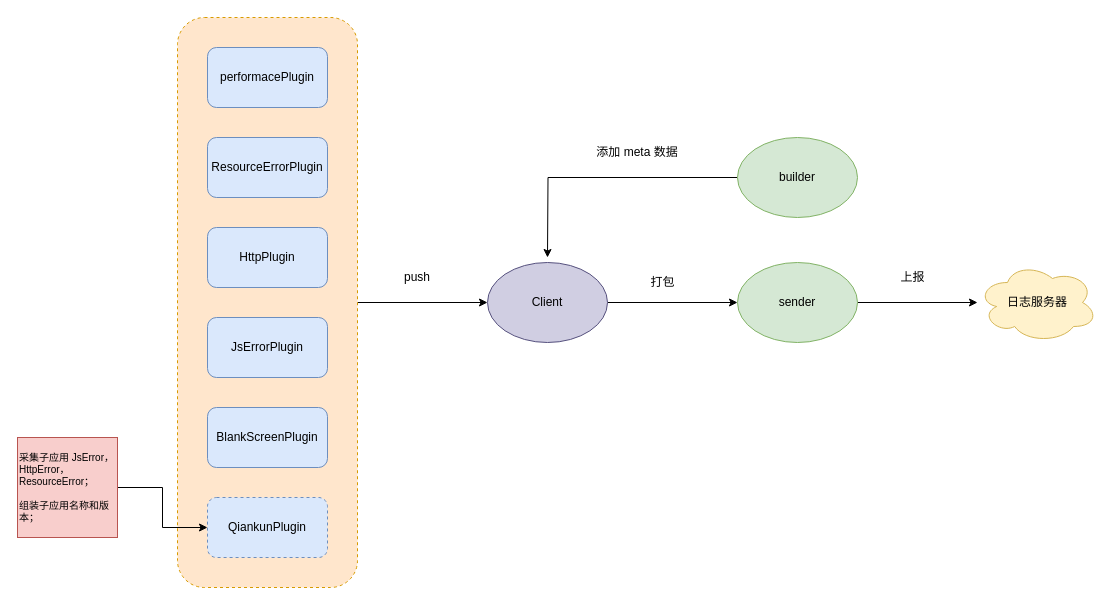
The draw.io diagram apm-insight 兼容 qiankun.drawio in itellboy/itellboy, before the edit. Source tidied: cells renumbered, new cells numbered last; positions are measured from the earlier drawing's top-left corner, leaving out a move shared by most shapes. Both pictures are drawn from the tidied source at 100%, with x=0, y=0 at pixel (17, 17).
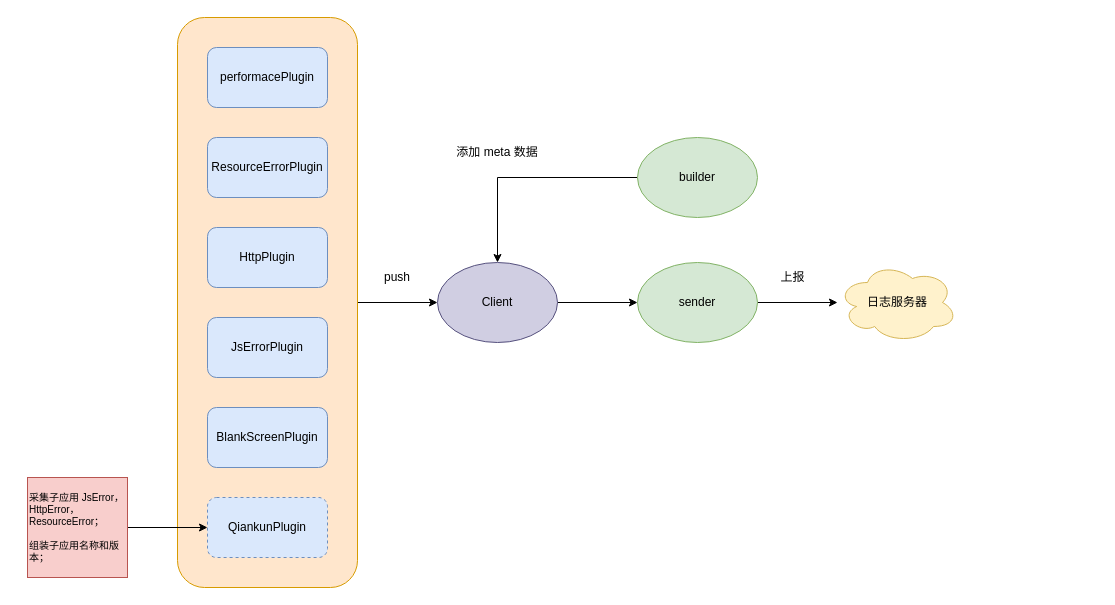
The same page after the edit.

Change to the diagram source:
```diff
@@
-    <mxCell id="3" style="rounded=1;whiteSpace=wrap;html=1;dashed=1;fillColor=#ffe6cc;strokeColor=#d79b00;" parent="1" vertex="1">
+    <mxCell id="3" style="rounded=1;whiteSpace=wrap;html=1;fillColor=#ffe6cc;strokeColor=#d79b00;" parent="1" vertex="1">
       <mxGeometry x="160" width="180" height="570" as="geometry" />
     </mxCell>
@@
     <mxCell id="10" value="Client" style="ellipse;whiteSpace=wrap;html=1;fillColor=#d0cee2;strokeColor=#56517e;" parent="1" vertex="1">
-      <mxGeometry x="470" y="245" width="120" height="80" as="geometry" />
+      <mxGeometry x="420" y="245" width="120" height="80" as="geometry" />
     </mxCell>
     <mxCell id="11" value="push" style="text;html=1;strokeColor=none;fillColor=none;align=center;verticalAlign=middle;whiteSpace=wrap;rounded=0;" parent="1" vertex="1">
-      <mxGeometry x="370" y="245" width="60" height="30" as="geometry" />
+      <mxGeometry x="350" y="245" width="60" height="30" as="geometry" />
     </mxCell>
@@
     <mxCell id="13" value="&lt;div style=&quot;font-size: 10px;&quot;&gt;&lt;span style=&quot;background-color: initial; font-size: 10px;&quot;&gt;采集子应用 JsError，HttpError，ResourceError；&lt;/span&gt;&lt;/div&gt;&lt;div style=&quot;font-size: 10px;&quot;&gt;&lt;span style=&quot;background-color: initial; font-size: 10px;&quot;&gt;&lt;br style=&quot;font-size: 10px;&quot;&gt;&lt;/span&gt;&lt;/div&gt;&lt;div style=&quot;font-size: 10px;&quot;&gt;组装子应用名称和版本；&lt;/div&gt;" style="whiteSpace=wrap;html=1;fillColor=#f8cecc;strokeColor=#b85450;align=left;fontSize=10;" parent="1" vertex="1">
-      <mxGeometry y="420" width="100" height="100" as="geometry" />
+      <mxGeometry x="10" y="460" width="100" height="100" as="geometry" />
     </mxCell>
@@
     <mxCell id="16" value="sender" style="ellipse;whiteSpace=wrap;html=1;fillColor=#d5e8d4;strokeColor=#82b366;" parent="1" vertex="1">
-      <mxGeometry x="720" y="245" width="120" height="80" as="geometry" />
+      <mxGeometry x="620" y="245" width="120" height="80" as="geometry" />
     </mxCell>
-    <mxCell id="17" style="edgeStyle=orthogonalEdgeStyle;rounded=0;jettySize=auto;html=1;" parent="1" edge="1" source="18">
-      <mxGeometry relative="1" as="geometry">
-        <mxPoint x="530" y="240" as="targetPoint" />
-      </mxGeometry>
-    </mxCell>
+    <mxCell id="23" style="edgeStyle=orthogonalEdgeStyle;rounded=0;jettySize=auto;html=1;entryX=0.5;entryY=0;entryDx=0;entryDy=0;" parent="1" edge="1" source="18" target="10">
+      <mxGeometry relative="1" as="geometry" />
+    </mxCell>
     <mxCell id="18" value="builder" style="ellipse;whiteSpace=wrap;html=1;fillColor=#d5e8d4;strokeColor=#82b366;" parent="1" vertex="1">
-      <mxGeometry x="720" y="120" width="120" height="80" as="geometry" />
+      <mxGeometry x="620" y="120" width="120" height="80" as="geometry" />
     </mxCell>
     <mxCell id="19" value="添加 meta 数据" style="text;html=1;strokeColor=none;fillColor=none;align=center;verticalAlign=middle;whiteSpace=wrap;rounded=0;" parent="1" vertex="1">
-      <mxGeometry x="570" y="120" width="100" height="30" as="geometry" />
+      <mxGeometry x="430" y="120" width="100" height="30" as="geometry" />
     </mxCell>
     <mxCell id="20" value="日志服务器" style="ellipse;shape=cloud;whiteSpace=wrap;html=1;fillColor=#fff2cc;strokeColor=#d6b656;" parent="1" vertex="1">
-      <mxGeometry x="960" y="245" width="120" height="80" as="geometry" />
+      <mxGeometry x="820" y="245" width="120" height="80" as="geometry" />
     </mxCell>
     <mxCell id="21" value="上报" style="text;html=1;align=center;verticalAlign=middle;strokeColor=none;fillColor=none;" parent="1" vertex="1">
-      <mxGeometry x="870" y="245" width="50" height="30" as="geometry" />
+      <mxGeometry x="750" y="245" width="50" height="30" as="geometry" />
     </mxCell>
-    <mxCell id="22" value="打包" style="text;html=1;align=center;verticalAlign=middle;strokeColor=none;fillColor=none;" parent="1" vertex="1">
-      <mxGeometry x="620" y="250" width="50" height="30" as="geometry" />
-    </mxCell>
```
